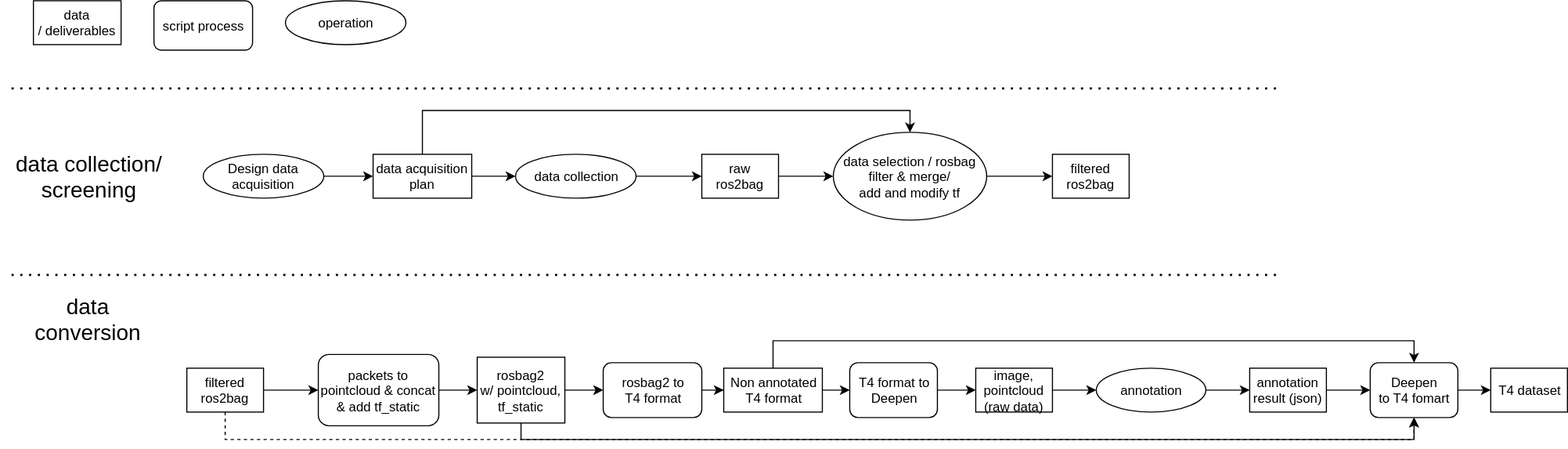
tier4/tier4_perception_dataset keeps this draw.io diagram as docs/data_collection_conversion.drawio.svg. Above is the earlier version. Source tidied: cells renumbered, new cells last; positions are measured from the earlier drawing's top-left corner, leaving out a move shared by most shapes.
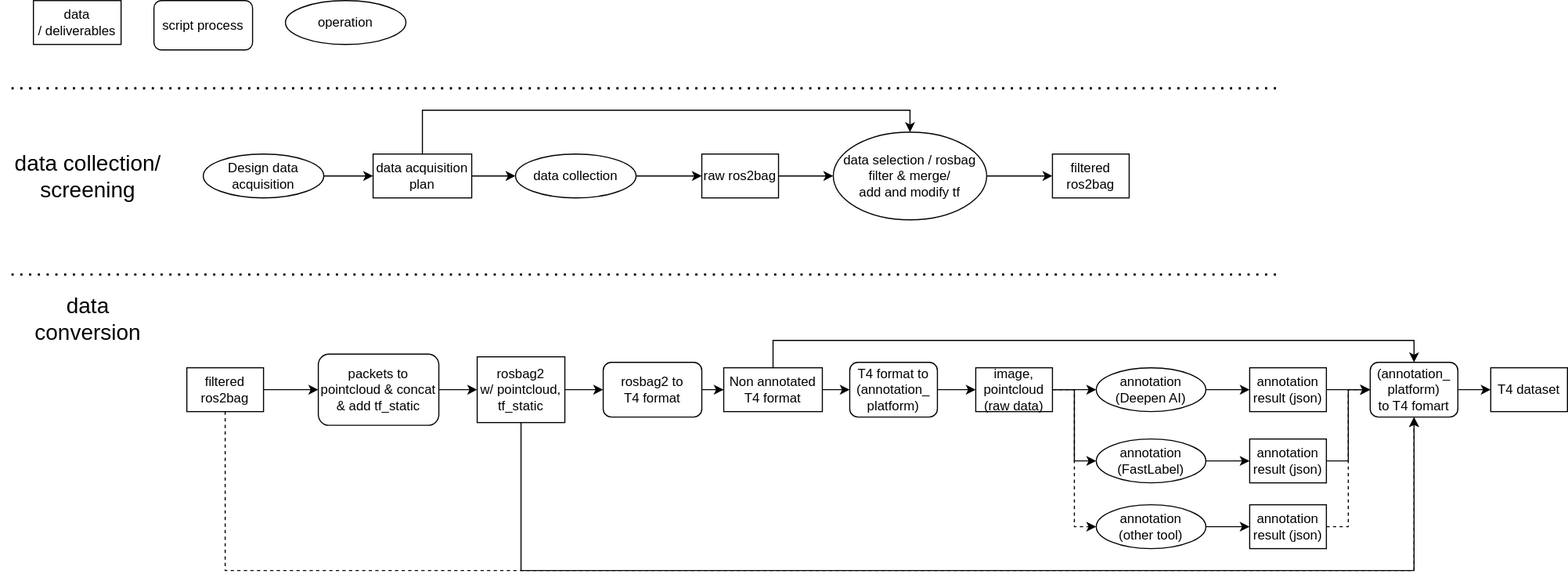
The same diagram one commit later.

Commit message:
update workflow figure

Change to the diagram source:
```diff
@@ -5,8 +5,8 @@
     <mxCell id="2" style="edgeStyle=orthogonalEdgeStyle;rounded=0;jettySize=auto;html=1;entryX=0.5;entryY=1;entryDx=0;entryDy=0;exitX=0.5;exitY=1;exitDx=0;exitDy=0;" parent="1" edge="1" source="45" target="13">
       <mxGeometry relative="1" as="geometry">
         <Array as="points">
-          <mxPoint x="475" y="400" />
-          <mxPoint x="1290" y="400" />
+          <mxPoint x="475" y="520" />
+          <mxPoint x="1290" y="520" />
         </Array>
       </mxGeometry>
     </mxCell>
@@ -40,7 +40,7 @@
     <mxCell id="12" style="edgeStyle=orthogonalEdgeStyle;rounded=0;jettySize=auto;html=1;" parent="1" edge="1" source="13" target="14">
       <mxGeometry relative="1" as="geometry" />
     </mxCell>
-    <mxCell id="13" value="Deepen&lt;br&gt;to T4 fomart" style="rounded=1;whiteSpace=wrap;html=1;" parent="1" vertex="1">
+    <mxCell id="13" value="(annotation_&lt;br&gt;platform)&lt;br&gt;to T4 fomart" style="rounded=1;whiteSpace=wrap;html=1;" parent="1" vertex="1">
       <mxGeometry x="1250" y="330" width="80" height="50" as="geometry" />
     </mxCell>
     <mxCell id="14" value="T4 dataset" style="rounded=0;whiteSpace=wrap;html=1;" parent="1" vertex="1">
@@ -55,7 +55,7 @@
     <mxCell id="17" style="edgeStyle=orthogonalEdgeStyle;rounded=0;jettySize=auto;html=1;" parent="1" edge="1" source="18" target="7">
       <mxGeometry relative="1" as="geometry" />
     </mxCell>
-    <mxCell id="18" value="T4 format&amp;nbsp;to &lt;br&gt;Deepen" style="rounded=1;whiteSpace=wrap;html=1;" parent="1" vertex="1">
+    <mxCell id="18" value="T4 format&amp;nbsp;to &lt;br&gt;(annotation_&lt;br&gt;platform)" style="rounded=1;whiteSpace=wrap;html=1;" parent="1" vertex="1">
       <mxGeometry x="775" y="330" width="80" height="50" as="geometry" />
     </mxCell>
     <mxCell id="19" style="edgeStyle=orthogonalEdgeStyle;rounded=0;jettySize=auto;html=1;" parent="1" edge="1" source="20" target="33">
@@ -127,7 +127,7 @@
     <mxCell id="39" style="edgeStyle=orthogonalEdgeStyle;rounded=0;jettySize=auto;html=1;" parent="1" edge="1" source="40" target="11">
       <mxGeometry relative="1" as="geometry" />
     </mxCell>
-    <mxCell id="40" value="annotation" style="ellipse;whiteSpace=wrap;html=1;" parent="1" vertex="1">
+    <mxCell id="40" value="annotation&lt;br&gt;(Deepen AI)" style="ellipse;whiteSpace=wrap;html=1;" parent="1" vertex="1">
       <mxGeometry x="1000" y="335" width="100" height="40" as="geometry" />
     </mxCell>
     <mxCell id="41" style="edgeStyle=none;html=1;exitX=1;exitY=0.5;exitDx=0;exitDy=0;entryX=0;entryY=0.5;entryDx=0;entryDy=0;" parent="1" edge="1" source="42" target="45">
@@ -139,8 +139,8 @@
     <mxCell id="43" style="edgeStyle=orthogonalEdgeStyle;rounded=0;jettySize=auto;html=1;entryX=0.5;entryY=1;entryDx=0;entryDy=0;exitX=0.5;exitY=1;exitDx=0;exitDy=0;dashed=1;startArrow=none;" parent="1" edge="1" source="4" target="13">
       <mxGeometry relative="1" as="geometry">
         <Array as="points">
-          <mxPoint x="205" y="400" />
-          <mxPoint x="1290" y="400" />
+          <mxPoint x="205" y="520" />
+          <mxPoint x="1290" y="520" />
         </Array>
       </mxGeometry>
     </mxCell>
@@ -150,5 +150,35 @@
     <mxCell id="45" value="rosbag2&lt;br&gt;w/ pointcloud, tf_static" style="rounded=0;whiteSpace=wrap;html=1;" parent="1" vertex="1">
       <mxGeometry x="435" y="325" width="80" height="60" as="geometry" />
     </mxCell>
+    <mxCell id="46" value="annotation&lt;br&gt;(FastLabel)" style="ellipse;whiteSpace=wrap;html=1;" parent="1" vertex="1">
+      <mxGeometry x="1000" y="400" width="100" height="40" as="geometry" />
+    </mxCell>
+    <mxCell id="47" style="edgeStyle=orthogonalEdgeStyle;rounded=0;jettySize=auto;html=1;entryX=0;entryY=0.5;entryDx=0;entryDy=0;exitX=1;exitY=0.5;exitDx=0;exitDy=0;" parent="1" edge="1" source="7" target="46">
+      <mxGeometry relative="1" as="geometry" />
+    </mxCell>
+    <mxCell id="48" style="edgeStyle=orthogonalEdgeStyle;rounded=0;jettySize=auto;html=1;entryX=0;entryY=0.5;entryDx=0;entryDy=0;exitX=1;exitY=0.5;exitDx=0;exitDy=0;" parent="1" edge="1" source="46" target="49">
+      <mxGeometry relative="1" as="geometry" />
+    </mxCell>
+    <mxCell id="49" value="annotation result (json)" style="rounded=0;whiteSpace=wrap;html=1;" parent="1" vertex="1">
+      <mxGeometry x="1140" y="400" width="70" height="40" as="geometry" />
+    </mxCell>
+    <mxCell id="50" style="edgeStyle=orthogonalEdgeStyle;rounded=0;jettySize=auto;html=1;entryX=0;entryY=0.5;entryDx=0;entryDy=0;exitX=1;exitY=0.5;exitDx=0;exitDy=0;" parent="1" edge="1" source="49" target="13">
+      <mxGeometry relative="1" as="geometry" />
+    </mxCell>
+    <mxCell id="51" style="edgeStyle=none;html=1;" parent="1" edge="1" source="52" target="53">
+      <mxGeometry relative="1" as="geometry" />
+    </mxCell>
+    <mxCell id="52" value="annotation&lt;br&gt;(other tool)" style="ellipse;whiteSpace=wrap;html=1;" parent="1" vertex="1">
+      <mxGeometry x="1000" y="460" width="100" height="40" as="geometry" />
+    </mxCell>
+    <mxCell id="53" value="annotation result (json)" style="rounded=0;whiteSpace=wrap;html=1;" parent="1" vertex="1">
+      <mxGeometry x="1140" y="460" width="70" height="40" as="geometry" />
+    </mxCell>
+    <mxCell id="54" style="edgeStyle=orthogonalEdgeStyle;rounded=0;jettySize=auto;html=1;entryX=0;entryY=0.5;entryDx=0;entryDy=0;exitX=1;exitY=0.5;exitDx=0;exitDy=0;dashed=1;" parent="1" edge="1" source="7" target="52">
+      <mxGeometry relative="1" as="geometry" />
+    </mxCell>
+    <mxCell id="55" style="edgeStyle=orthogonalEdgeStyle;rounded=0;jettySize=auto;html=1;entryX=0;entryY=0.5;entryDx=0;entryDy=0;exitX=1;exitY=0.5;exitDx=0;exitDy=0;dashed=1;" parent="1" edge="1" source="53" target="13">
+      <mxGeometry relative="1" as="geometry" />
+    </mxCell>
   </root>
 </mxGraphModel>
```
